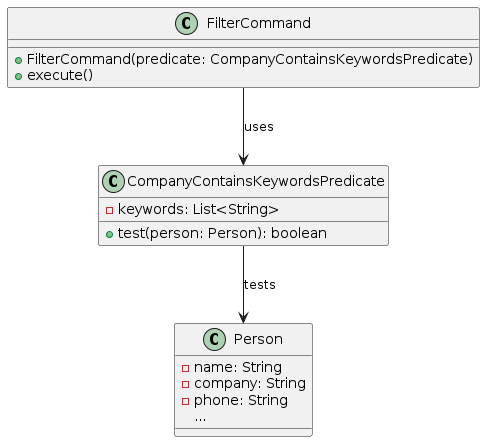
The PlantUML diagram diagrams/FilterCommand.png in zihung20/tp, before a commit. Its source is kept beside it as diagrams/FilterCommand.puml. Source of this version:
```plantuml
@startuml
class FilterCommand {
    +FilterCommand(predicate: CompanyContainsKeywordsPredicate)
    +execute()
}

class CompanyContainsKeywordsPredicate {
    -keywords: List<String>
    +test(person: Person): boolean
}

class Person {
    -name: String
    -company: String
    -phone: String
    ...
}

FilterCommand --> CompanyContainsKeywordsPredicate : uses
CompanyContainsKeywordsPredicate --> Person : tests

@enduml
```
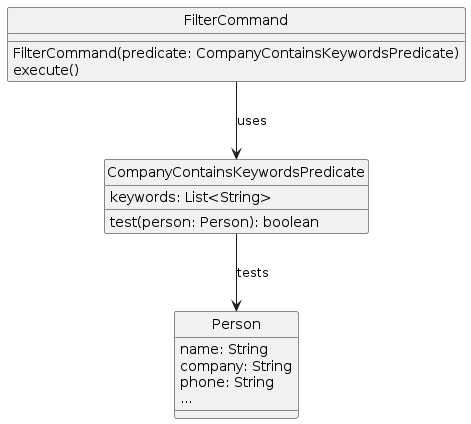
After the commit.

What changed in the source:
```diff
@@ -1,18 +1,19 @@
 @startuml
+hide circle
 class FilterCommand {
-    +FilterCommand(predicate: CompanyContainsKeywordsPredicate)
-    +execute()
+    FilterCommand(predicate: CompanyContainsKeywordsPredicate)
+    execute()
 }
 
 class CompanyContainsKeywordsPredicate {
-    -keywords: List<String>
-    +test(person: Person): boolean
+    keywords: List<String>
+    test(person: Person): boolean
 }
 
 class Person {
-    -name: String
-    -company: String
-    -phone: String
+    name: String
+    company: String
+    phone: String
     ...
 }
 
```
